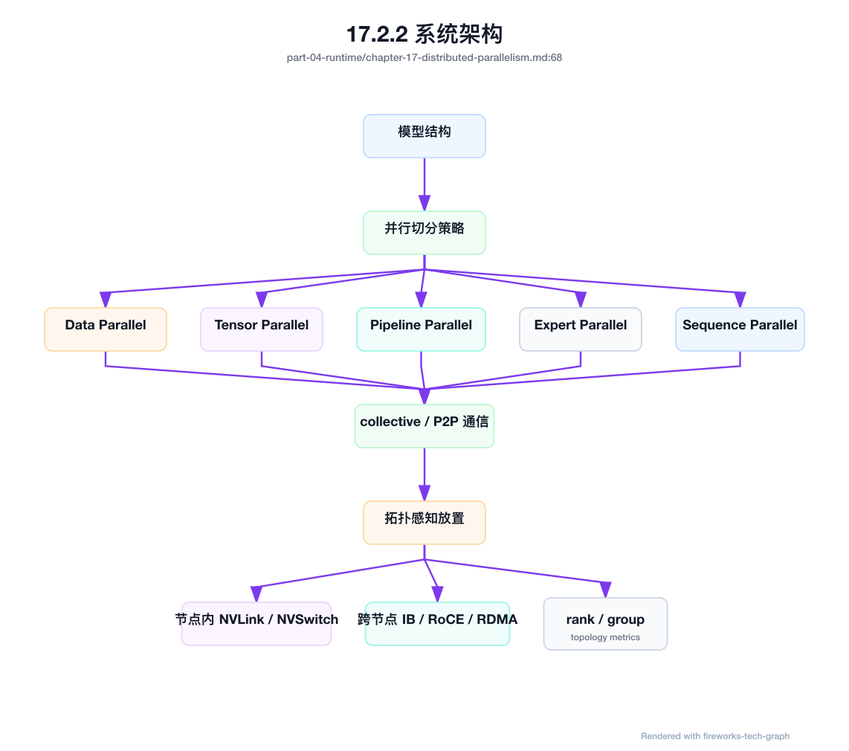
Before: docs/assets/diagrams/part-04-runtime-chapter-17-distributed-parallelism-01.png, a diagram exported from Mermaid (ikingye/ai-factory-engineering). Its source is kept beside it as docs/assets/diagrams/sources/part-04-runtime-chapter-17-distributed-parallelism-01.mmd. The source it was exported from:
```mermaid
flowchart TB
  Model["模型结构"] --> Split["并行切分策略"]
  Split --> DP["Data Parallel"]
  Split --> TP["Tensor Parallel"]
  Split --> PP["Pipeline Parallel"]
  Split --> EP["Expert Parallel"]
  Split --> SP["Sequence Parallel"]
  DP --> Comm["collective / P2P 通信"]
  TP --> Comm
  PP --> Comm
  EP --> Comm
  SP --> Comm
  Comm --> Placement["拓扑感知放置"]
  Placement --> Intra["节点内 NVLink / NVSwitch"]
  Placement --> Inter["跨节点 IB / RoCE / RDMA"]
  Placement --> Metrics["rank / group / topology metrics"]
```
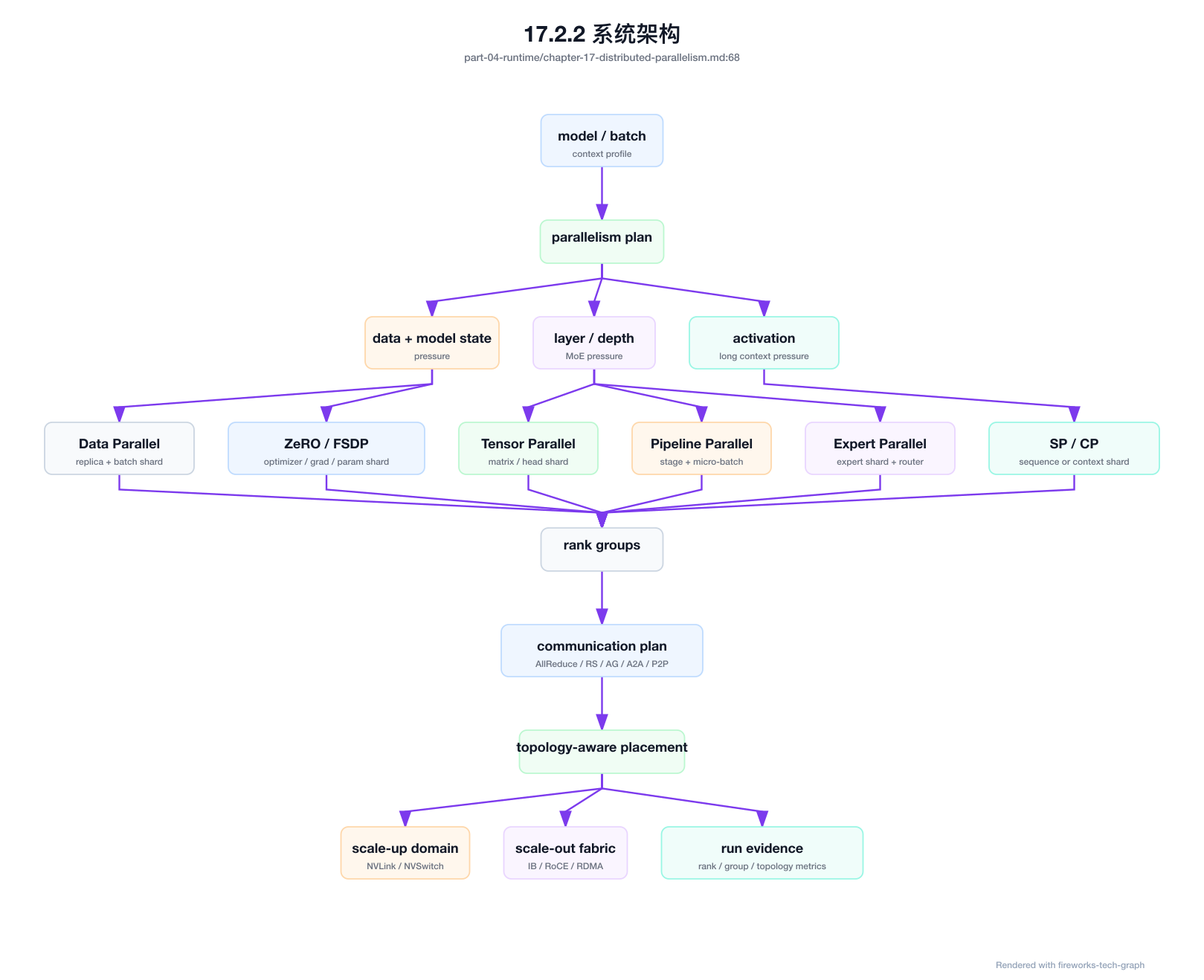
The same file after the commit.

What changed in the source:
```diff
@@ -1,16 +1,22 @@
 flowchart TB
-  Model["模型结构"] --> Split["并行切分策略"]
-  Split --> DP["Data Parallel"]
-  Split --> TP["Tensor Parallel"]
-  Split --> PP["Pipeline Parallel"]
-  Split --> EP["Expert Parallel"]
-  Split --> SP["Sequence Parallel"]
-  DP --> Comm["collective / P2P 通信"]
-  TP --> Comm
-  PP --> Comm
-  EP --> Comm
-  SP --> Comm
-  Comm --> Placement["拓扑感知放置"]
-  Placement --> Intra["节点内 NVLink / NVSwitch"]
-  Placement --> Inter["跨节点 IB / RoCE / RDMA"]
-  Placement --> Metrics["rank / group / topology metrics"]
+  Workload["model / batch / context profile"] --> Plan["parallelism plan"]
+  Plan --> DataState["data + model state pressure"]
+  Plan --> ModelCompute["layer / depth / MoE pressure"]
+  Plan --> Context["activation / long context pressure"]
+  DataState --> DP["Data Parallel\nreplica + batch shard"]
+  DataState --> ZeRO["ZeRO / FSDP\noptimizer / grad / param shard"]
+  ModelCompute --> TP["Tensor Parallel\nmatrix / head shard"]
+  ModelCompute --> PP["Pipeline Parallel\nstage + micro-batch"]
+  ModelCompute --> EP["Expert Parallel\nexpert shard + router"]
+  Context --> SP["SP / CP\nsequence or context shard"]
+  DP --> Groups["rank groups"]
+  ZeRO --> Groups
+  TP --> Groups
+  PP --> Groups
+  EP --> Groups
+  SP --> Groups
+  Groups --> Comm["communication plan\nAllReduce / RS / AG / A2A / P2P"]
+  Comm --> Placement["topology-aware placement"]
+  Placement --> Intra["scale-up domain\nNVLink / NVSwitch"]
+  Placement --> Inter["scale-out fabric\nIB / RoCE / RDMA"]
+  Placement --> Metrics["run evidence\nrank / group / topology metrics"]
```
